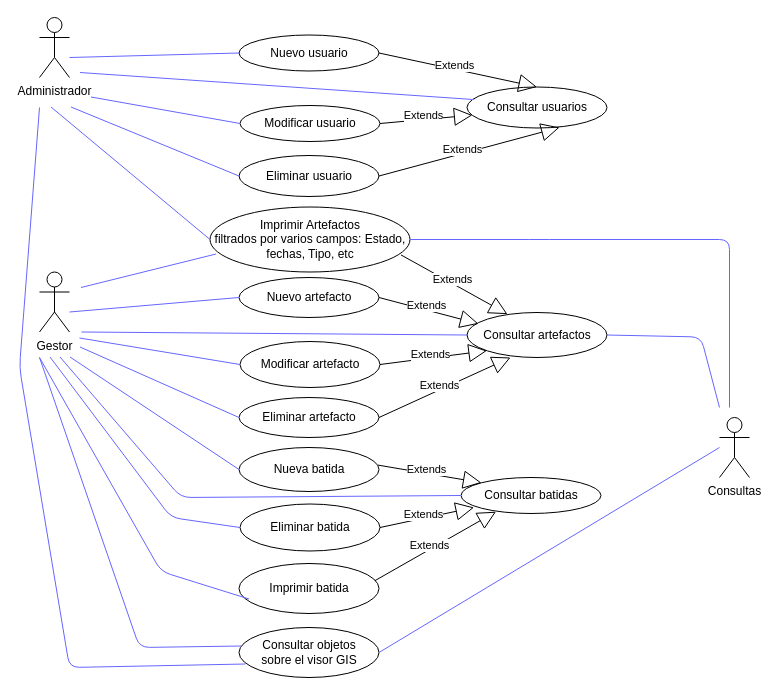
The draw.io diagram ERS/CasosDeUso.drawio in pquella/buscaminas, before the edit. Source tidied: cells renumbered, new cells numbered last; positions are measured from the earlier drawing's top-left corner, leaving out a move shared by most shapes. Both pictures are drawn from the tidied source at 100%, with x=0, y=0 at pixel (19, 17).
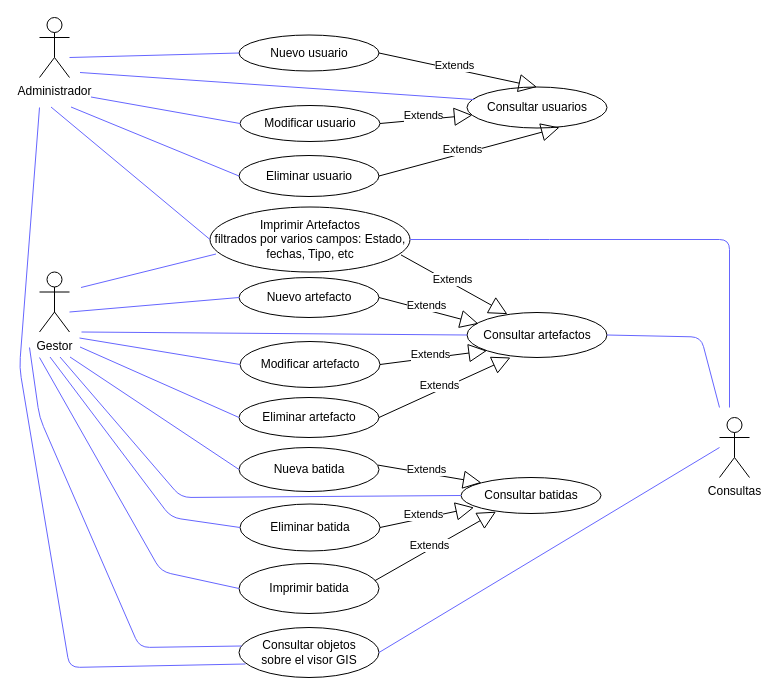
The same page after the edit.

The change refers to these unchanged cells:
```xml
<mxCell id="28" value="Imprimir batida" style="ellipse;whiteSpace=wrap;html=1;shadow=0;" parent="1" vertex="1">
  <mxGeometry x="219.5" y="546" width="140" height="50" as="geometry" />
</mxCell>
<mxCell id="42" value="&lt;div&gt;Consultar objetos&lt;/div&gt;&lt;div&gt;sobre el visor GIS&lt;br&gt;&lt;/div&gt;" style="ellipse;whiteSpace=wrap;html=1;shadow=0;" parent="1" vertex="1">
  <mxGeometry x="219.5" y="610" width="140" height="50" as="geometry" />
</mxCell>
```

Change to the diagram source:
```diff
@@
-    <mxCell id="44" style="endArrow=none;html=1;strokeColor=#6666FF;entryX=0;entryY=0.5;entryDx=0;entryDy=0;" parent="1" edge="1">
+    <mxCell id="44" style="endArrow=none;html=1;strokeColor=#6666FF;entryX=0;entryY=0.5;entryDx=0;entryDy=0;" parent="1" edge="1" target="28">
       <mxGeometry relative="1" as="geometry">
         <mxPoint x="20" y="340" as="sourcePoint" />
-        <mxPoint x="229.5" y="581.5" as="targetPoint" />
         <Array as="points">
           <mxPoint x="141.5" y="554" />
         </Array>
       </mxGeometry>
     </mxCell>
@@
     <mxCell id="46" style="endArrow=none;html=1;strokeColor=#6666FF;entryX=0.018;entryY=0.37;entryDx=0;entryDy=0;entryPerimeter=0;" parent="1" edge="1" target="42">
       <mxGeometry relative="1" as="geometry">
-        <mxPoint x="20" y="340" as="sourcePoint" />
+        <mxPoint x="10" y="330" as="sourcePoint" />
         <Array as="points">
+          <mxPoint x="20" y="400" />
           <mxPoint x="120" y="630" />
         </Array>
       </mxGeometry>
     </mxCell>
```
